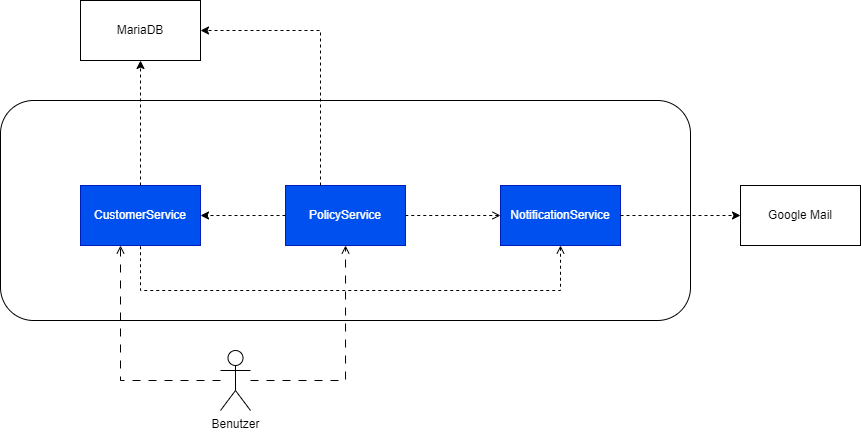
danieland2606/Bachelorprojekt keeps this draw.io diagram as RDA/Arc42-Images/Layer 1.drawio.png. Above is the earlier version. Source tidied: cells renumbered, new cells last; positions are measured from the earlier drawing's top-left corner, leaving out a move shared by most shapes. Source of this version:
```xml
<mxGraphModel>
  <root>
    <mxCell id="0" />
    <mxCell id="1" parent="0" />
    <mxCell id="2" style="rounded=1;whiteSpace=wrap;html=1;" parent="1" vertex="1">
      <mxGeometry y="100" width="690" height="220" as="geometry" />
    </mxCell>
    <mxCell id="3" value="CustomerService" style="rounded=0;whiteSpace=wrap;html=1;fillColor=#0050ef;fontColor=#ffffff;strokeColor=#001DBC;" parent="1" vertex="1">
      <mxGeometry x="80" y="185" width="120" height="60" as="geometry" />
    </mxCell>
    <mxCell id="4" value="NotificationService" style="whiteSpace=wrap;html=1;fillColor=#0050ef;fontColor=#ffffff;strokeColor=#001DBC;" parent="1" vertex="1">
      <mxGeometry x="500" y="185" width="120" height="60" as="geometry" />
    </mxCell>
    <mxCell id="5" value="PolicyService" style="whiteSpace=wrap;html=1;fillColor=#0050ef;fontColor=#ffffff;strokeColor=#001DBC;" parent="1" vertex="1">
      <mxGeometry x="285" y="185" width="120" height="60" as="geometry" />
    </mxCell>
    <mxCell id="6" value="MariaDB" style="whiteSpace=wrap;html=1;" parent="1" vertex="1">
      <mxGeometry x="80" width="120" height="60" as="geometry" />
    </mxCell>
    <mxCell id="7" value="Google Mail" style="whiteSpace=wrap;html=1;" parent="1" vertex="1">
      <mxGeometry x="740" y="185" width="120" height="60" as="geometry" />
    </mxCell>
    <mxCell id="8" style="endArrow=classic;html=1;rounded=0;dashed=1;entryX=1;entryY=0.5;entryDx=0;entryDy=0;exitX=0;exitY=0.5;exitDx=0;exitDy=0;" parent="1" edge="1" source="5" target="3">
      <mxGeometry relative="1" as="geometry" />
    </mxCell>
    <mxCell id="9" style="endArrow=none;html=1;rounded=0;dashed=1;startArrow=open;startFill=0;endFill=0;edgeStyle=orthogonalEdgeStyle;" parent="1" edge="1" source="4" target="3">
      <mxGeometry relative="1" as="geometry">
        <Array as="points">
          <mxPoint x="560" y="290" />
          <mxPoint x="140" y="290" />
        </Array>
      </mxGeometry>
    </mxCell>
    <mxCell id="10" style="endArrow=none;html=1;rounded=0;dashed=1;startArrow=open;startFill=0;endFill=0;" parent="1" edge="1" source="4" target="5">
      <mxGeometry relative="1" as="geometry" />
    </mxCell>
    <mxCell id="11" style="endArrow=classic;html=1;rounded=0;dashed=1;edgeStyle=orthogonalEdgeStyle;" parent="1" edge="1" source="3" target="6">
      <mxGeometry relative="1" as="geometry" />
    </mxCell>
    <mxCell id="12" style="endArrow=classic;html=1;rounded=0;dashed=1;entryX=1;entryY=0.5;entryDx=0;entryDy=0;edgeStyle=orthogonalEdgeStyle;" parent="1" edge="1" source="5" target="6">
      <mxGeometry relative="1" as="geometry">
        <Array as="points">
          <mxPoint x="320" y="30" />
        </Array>
      </mxGeometry>
    </mxCell>
    <mxCell id="13" style="endArrow=classic;html=1;rounded=0;dashed=1;" parent="1" edge="1" source="4" target="7">
      <mxGeometry relative="1" as="geometry" />
    </mxCell>
    <mxCell id="14" style="edgeStyle=orthogonalEdgeStyle;rounded=0;jettySize=auto;html=1;dashed=1;dashPattern=8 8;endArrow=open;endFill=0;" parent="1" edge="1" source="16" target="3">
      <mxGeometry relative="1" as="geometry">
        <Array as="points">
          <mxPoint x="120" y="380" />
        </Array>
      </mxGeometry>
    </mxCell>
    <mxCell id="15" style="edgeStyle=orthogonalEdgeStyle;rounded=0;jettySize=auto;html=1;dashed=1;dashPattern=8 8;endArrow=open;endFill=0;" parent="1" edge="1" source="16" target="5">
      <mxGeometry relative="1" as="geometry" />
    </mxCell>
    <mxCell id="16" value="Benutzer" style="shape=umlActor;verticalLabelPosition=bottom;verticalAlign=top;html=1;outlineConnect=0;" parent="1" vertex="1">
      <mxGeometry x="220" y="350" width="30" height="60" as="geometry" />
    </mxCell>
  </root>
</mxGraphModel>
```
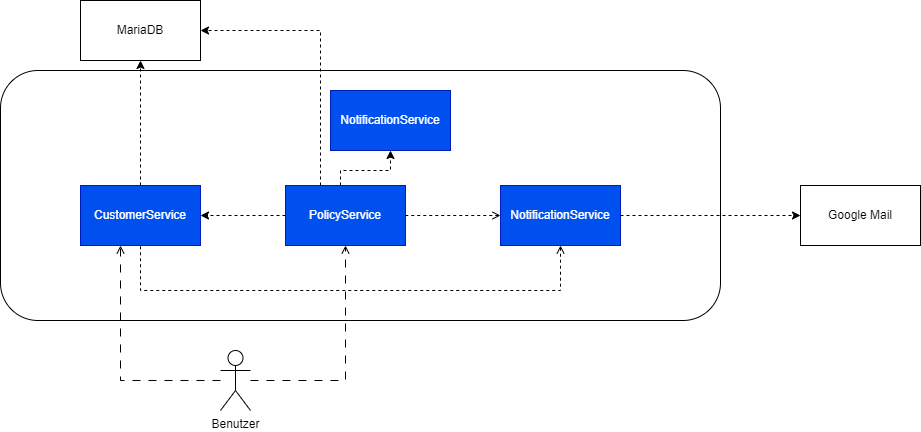
The same diagram one commit later.

What changed in the source:
```diff
@@ -3,7 +3,7 @@
     <mxCell id="0" />
     <mxCell id="1" parent="0" />
     <mxCell id="2" style="rounded=1;whiteSpace=wrap;html=1;" parent="1" vertex="1">
-      <mxGeometry y="100" width="690" height="220" as="geometry" />
+      <mxGeometry y="70" width="720" height="250" as="geometry" />
     </mxCell>
     <mxCell id="3" value="CustomerService" style="rounded=0;whiteSpace=wrap;html=1;fillColor=#0050ef;fontColor=#ffffff;strokeColor=#001DBC;" parent="1" vertex="1">
       <mxGeometry x="80" y="185" width="120" height="60" as="geometry" />
@@ -18,7 +18,7 @@
       <mxGeometry x="80" width="120" height="60" as="geometry" />
     </mxCell>
     <mxCell id="7" value="Google Mail" style="whiteSpace=wrap;html=1;" parent="1" vertex="1">
-      <mxGeometry x="740" y="185" width="120" height="60" as="geometry" />
+      <mxGeometry x="800" y="185" width="120" height="60" as="geometry" />
     </mxCell>
     <mxCell id="8" style="endArrow=classic;html=1;rounded=0;dashed=1;entryX=1;entryY=0.5;entryDx=0;entryDy=0;exitX=0;exitY=0.5;exitDx=0;exitDy=0;" parent="1" edge="1" source="5" target="3">
       <mxGeometry relative="1" as="geometry" />
@@ -60,5 +60,16 @@
     <mxCell id="16" value="Benutzer" style="shape=umlActor;verticalLabelPosition=bottom;verticalAlign=top;html=1;outlineConnect=0;" parent="1" vertex="1">
       <mxGeometry x="220" y="350" width="30" height="60" as="geometry" />
     </mxCell>
+    <mxCell id="17" value="NotificationService" style="whiteSpace=wrap;html=1;fillColor=#0050ef;fontColor=#ffffff;strokeColor=#001DBC;" parent="1" vertex="1">
+      <mxGeometry x="330" y="90" width="120" height="60" as="geometry" />
+    </mxCell>
+    <mxCell id="18" style="endArrow=classic;html=1;rounded=0;dashed=1;edgeStyle=orthogonalEdgeStyle;" parent="1" edge="1" source="5" target="17">
+      <mxGeometry relative="1" as="geometry">
+        <Array as="points">
+          <mxPoint x="340" y="170" />
+          <mxPoint x="390" y="170" />
+        </Array>
+      </mxGeometry>
+    </mxCell>
   </root>
 </mxGraphModel>
```
